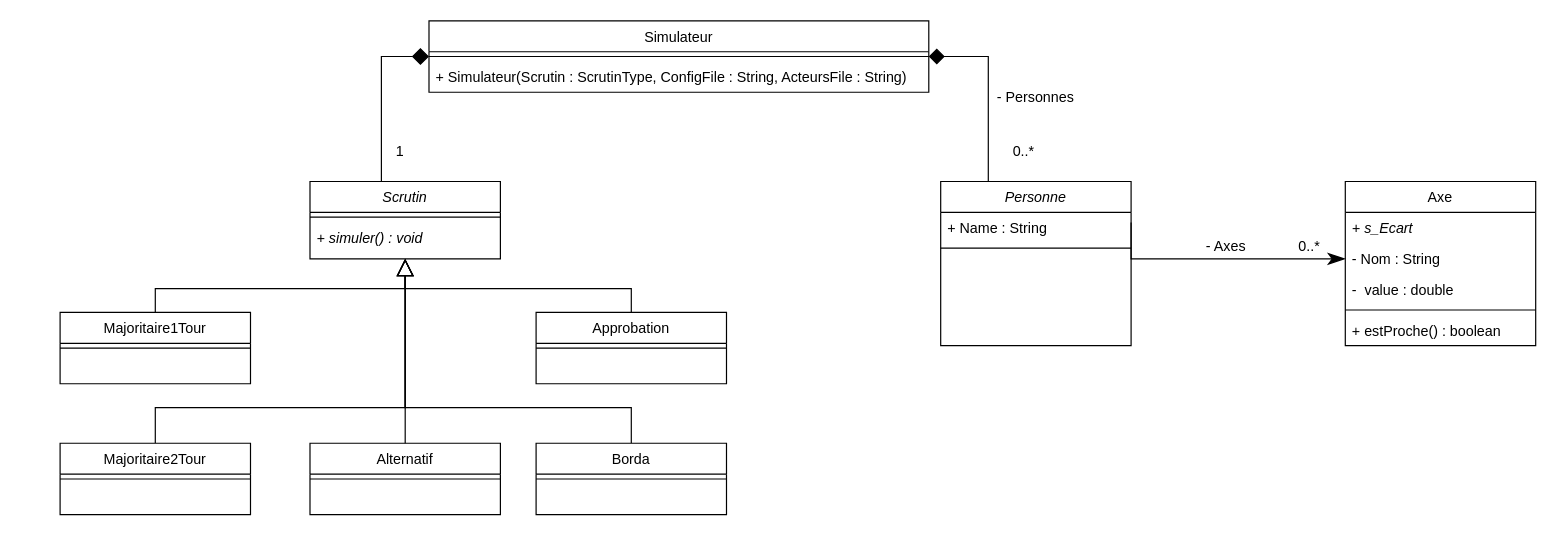
The draw.io diagram UML.drawio in AugustinGiraudier/SimulationVote, before the edit. Source tidied: cells renumbered, new cells numbered last; positions are measured from the earlier drawing's top-left corner, leaving out a move shared by most shapes. Both pictures are drawn from the tidied source at 119%, with x=0, y=0 at pixel (60, 20).
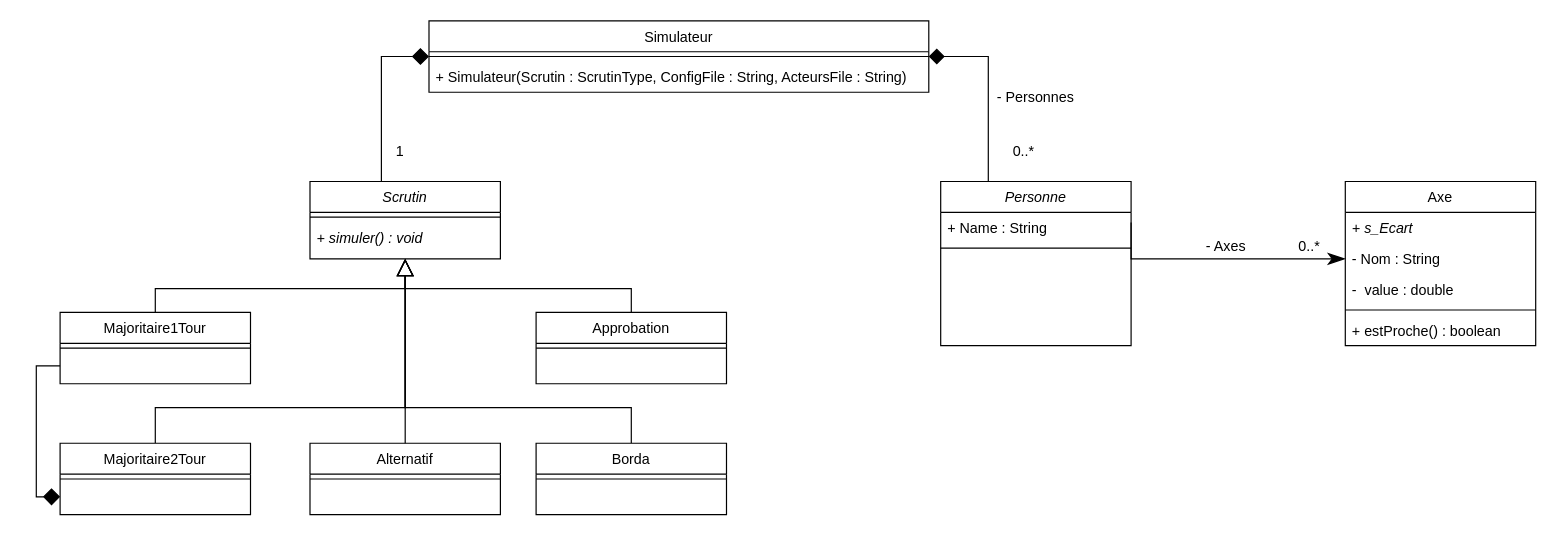
Above is the later version.

Unchanged cells that the change refers to:
```xml
<mxCell id="23" value="Majoritaire1Tour" style="swimlane;fontStyle=0;align=center;verticalAlign=top;horizontal=1;startSize=26;rounded=0;shadow=0;strokeWidth=1;" parent="1" vertex="1">
  <mxGeometry y="245" width="160" height="60" as="geometry" />
</mxCell>
<mxCell id="26" value="Majoritaire2Tour" style="swimlane;fontStyle=0;align=center;verticalAlign=top;horizontal=1;startSize=26;rounded=0;shadow=0;strokeWidth=1;" parent="1" vertex="1">
  <mxGeometry y="355" width="160" height="60" as="geometry" />
</mxCell>
```

Change to the diagram source:
```diff
@@
+    <mxCell id="40" style="edgeStyle=orthogonalEdgeStyle;rounded=0;jettySize=auto;html=1;exitX=0;exitY=0.75;exitDx=0;exitDy=0;entryX=0;entryY=0.75;entryDx=0;entryDy=0;endArrow=diamond;endFill=1;startArrow=none;startFill=0;endSize=12;startSize=12;" parent="1" edge="1" source="23" target="26">
+      <mxGeometry relative="1" as="geometry" />
+    </mxCell>
```
